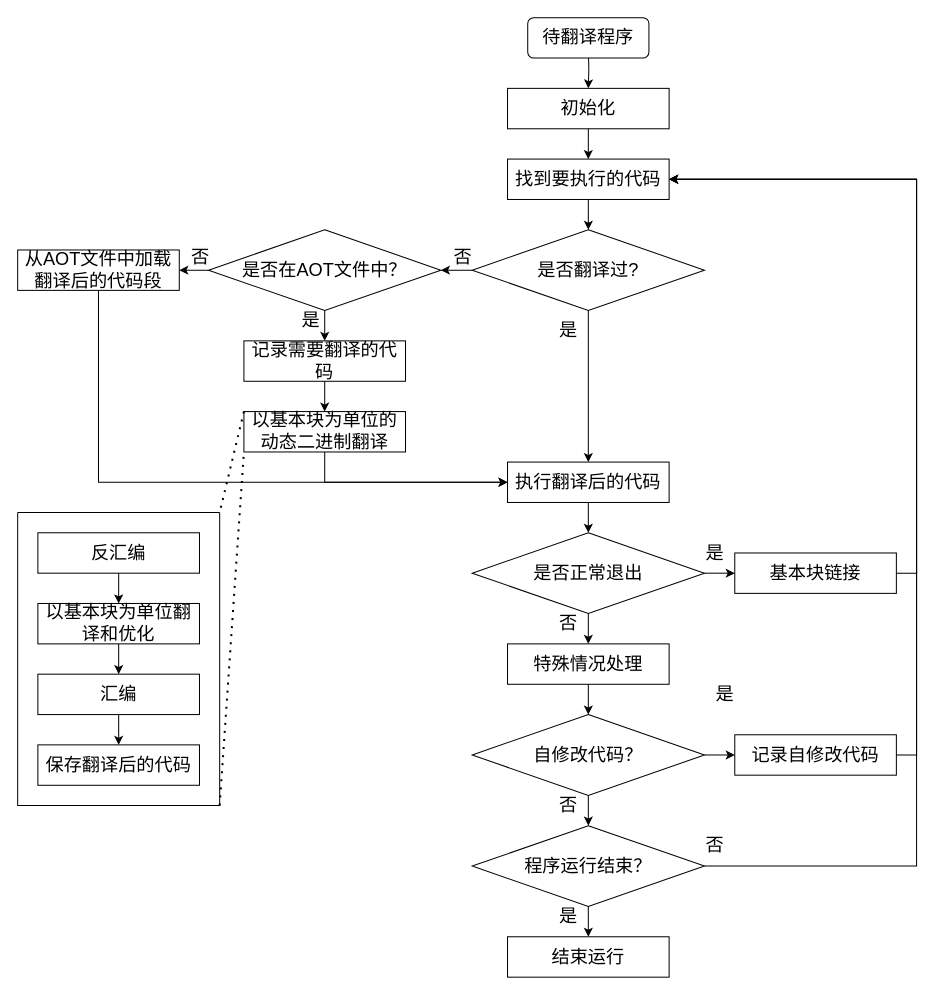
ganjue66da/ganjue66da keeps this draw.io diagram as page "第 31 页" (31 of 38) of lajit.drawio. Above is the earlier version. Source tidied: cells renumbered, new cells numbered last; positions are measured from the earlier drawing's top-left corner, leaving out a move shared by most shapes. Both pictures are drawn from the tidied source at 101%, with x=0, y=0 at pixel (17, 17).
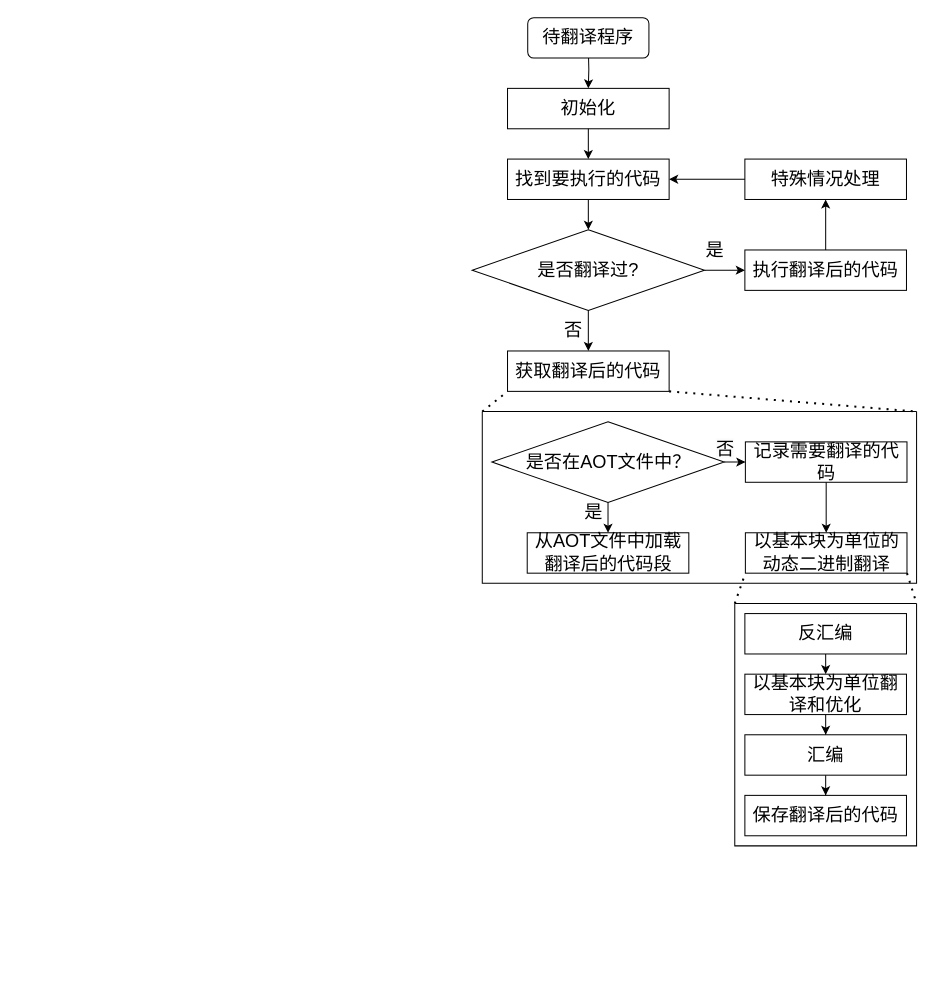
The same page after the edit.

The change refers to these unchanged cells:
```xml
<mxCell id="6" value="找到要执行的代码" style="rounded=0;whiteSpace=wrap;html=1;fontSize=18;fillColor=none;" parent="1" vertex="1">
  <mxGeometry x="485" y="140" width="160" height="40" as="geometry" />
</mxCell>
<mxCell id="9" value="是否翻译过?" style="rhombus;whiteSpace=wrap;html=1;fontSize=18;fillColor=none;" parent="1" vertex="1">
  <mxGeometry x="450" y="210" width="230" height="80" as="geometry" />
</mxCell>
```

The edit, as a diff of the source:
```diff
@@
+    <mxCell id="58" style="edgeStyle=orthogonalEdgeStyle;rounded=0;jettySize=auto;html=1;exitX=0.5;exitY=1;exitDx=0;exitDy=0;entryX=0.5;entryY=0;entryDx=0;entryDy=0;" parent="1" edge="1" source="9" target="64">
+      <mxGeometry relative="1" as="geometry" />
+    </mxCell>
-    <mxCell id="7" style="edgeStyle=orthogonalEdgeStyle;rounded=0;jettySize=auto;html=1;fontSize=18;" parent="1" edge="1" source="9" target="11">
+    <mxCell id="7" style="edgeStyle=orthogonalEdgeStyle;rounded=0;jettySize=auto;html=1;exitX=1;exitY=0.5;exitDx=0;exitDy=0;entryX=0;entryY=0.5;entryDx=0;entryDy=0;" parent="1" edge="1" source="9" target="11">
       <mxGeometry relative="1" as="geometry" />
     </mxCell>
-    <mxCell id="8" style="edgeStyle=orthogonalEdgeStyle;rounded=0;jettySize=auto;html=1;" parent="1" edge="1" source="9" target="23">
-      <mxGeometry relative="1" as="geometry" />
-    </mxCell>
@@
-    <mxCell id="10" style="edgeStyle=orthogonalEdgeStyle;rounded=0;jettySize=auto;html=1;fontSize=18;" parent="1" edge="1" source="11" target="16">
-      <mxGeometry relative="1" as="geometry" />
-    </mxCell>
-    <mxCell id="11" value="执行翻译后的代码" style="rounded=0;whiteSpace=wrap;html=1;fontSize=18;fillColor=none;" parent="1" vertex="1">
-      <mxGeometry x="485" y="440" width="160" height="40" as="geometry" />
-    </mxCell>
-    <mxCell id="12" style="edgeStyle=orthogonalEdgeStyle;rounded=0;jettySize=auto;html=1;exitX=1;exitY=0.5;exitDx=0;exitDy=0;entryX=1;entryY=0.5;entryDx=0;entryDy=0;" parent="1" edge="1" source="13" target="6">
-      <mxGeometry relative="1" as="geometry" />
-    </mxCell>
-    <mxCell id="13" value="基本块链接" style="rounded=0;whiteSpace=wrap;html=1;fontSize=18;fillColor=none;" parent="1" vertex="1">
-      <mxGeometry x="710" y="530" width="160" height="40" as="geometry" />
-    </mxCell>
-    <mxCell id="14" style="edgeStyle=orthogonalEdgeStyle;rounded=0;jettySize=auto;html=1;exitX=0.5;exitY=1;exitDx=0;exitDy=0;entryX=0.5;entryY=0;entryDx=0;entryDy=0;" parent="1" edge="1" source="16" target="25">
-      <mxGeometry relative="1" as="geometry" />
-    </mxCell>
-    <mxCell id="15" style="edgeStyle=orthogonalEdgeStyle;rounded=0;jettySize=auto;html=1;exitX=1;exitY=0.5;exitDx=0;exitDy=0;entryX=0;entryY=0.5;entryDx=0;entryDy=0;" parent="1" edge="1" source="16" target="13">
-      <mxGeometry relative="1" as="geometry" />
-    </mxCell>
-    <mxCell id="16" value="是否正常退出" style="rhombus;whiteSpace=wrap;html=1;fontSize=18;fillColor=none;" parent="1" vertex="1">
-      <mxGeometry x="450" y="510" width="230" height="80" as="geometry" />
-    </mxCell>
-    <mxCell id="17" value="是" style="text;html=1;align=center;verticalAlign=middle;strokeColor=none;fillColor=none;fontSize=18;" parent="1" vertex="1">
-      <mxGeometry x="670" y="510" width="40" height="40" as="geometry" />
-    </mxCell>
-    <mxCell id="18" value="否" style="text;html=1;align=center;verticalAlign=middle;strokeColor=none;fillColor=none;fontSize=18;" parent="1" vertex="1">
-      <mxGeometry x="525" y="580" width="40" height="40" as="geometry" />
-    </mxCell>
     <mxCell id="19" value="是" style="text;html=1;align=center;verticalAlign=middle;strokeColor=none;fillColor=none;fontSize=18;" parent="1" vertex="1">
-      <mxGeometry x="525" y="290" width="40" height="40" as="geometry" />
+      <mxGeometry x="670" y="210" width="40" height="40" as="geometry" />
     </mxCell>
@@
-    <mxCell id="21" style="edgeStyle=orthogonalEdgeStyle;rounded=0;jettySize=auto;html=1;" parent="1" edge="1" source="23" target="53">
-      <mxGeometry relative="1" as="geometry" />
-    </mxCell>
-    <mxCell id="22" style="edgeStyle=orthogonalEdgeStyle;rounded=0;jettySize=auto;html=1;" parent="1" edge="1" source="23" target="55">
-      <mxGeometry relative="1" as="geometry" />
-    </mxCell>
-    <mxCell id="23" value="是否在AOT文件中？" style="rhombus;whiteSpace=wrap;html=1;fontSize=18;fillColor=none;" parent="1" vertex="1">
-      <mxGeometry x="189" y="210" width="230" height="80" as="geometry" />
-    </mxCell>
-    <mxCell id="24" style="edgeStyle=orthogonalEdgeStyle;rounded=0;jettySize=auto;html=1;exitX=0.5;exitY=1;exitDx=0;exitDy=0;entryX=0.5;entryY=0;entryDx=0;entryDy=0;" parent="1" edge="1" source="25" target="28">
-      <mxGeometry relative="1" as="geometry" />
-    </mxCell>
-    <mxCell id="25" value="特殊情况处理" style="rounded=0;whiteSpace=wrap;html=1;fontSize=18;fillColor=none;" parent="1" vertex="1">
-      <mxGeometry x="485" y="620" width="160" height="40" as="geometry" />
-    </mxCell>
-    <mxCell id="26" style="edgeStyle=orthogonalEdgeStyle;rounded=0;jettySize=auto;html=1;exitX=0.5;exitY=1;exitDx=0;exitDy=0;entryX=0.5;entryY=0;entryDx=0;entryDy=0;" parent="1" edge="1" source="28" target="34">
-      <mxGeometry relative="1" as="geometry" />
-    </mxCell>
-    <mxCell id="27" style="edgeStyle=orthogonalEdgeStyle;rounded=0;jettySize=auto;html=1;exitX=1;exitY=0.5;exitDx=0;exitDy=0;entryX=0;entryY=0.5;entryDx=0;entryDy=0;" parent="1" edge="1" source="28" target="39">
-      <mxGeometry relative="1" as="geometry" />
-    </mxCell>
-    <mxCell id="28" value="自修改代码？" style="rhombus;whiteSpace=wrap;html=1;fontSize=18;fillColor=none;" parent="1" vertex="1">
-      <mxGeometry x="450" y="690" width="230" height="80" as="geometry" />
-    </mxCell>
-    <mxCell id="29" value="&lt;font style=&quot;font-size: 18px;&quot;&gt;是&lt;/font&gt;" style="text;html=1;align=center;verticalAlign=middle;strokeColor=none;fillColor=none;" parent="1" vertex="1">
-      <mxGeometry x="270" y="280" width="40" height="40" as="geometry" />
-    </mxCell>
-    <mxCell id="30" value="&lt;span style=&quot;color: rgb(0, 0, 0); font-family: Helvetica; font-size: 18px; font-style: normal; font-variant-ligatures: normal; font-variant-caps: normal; font-weight: 400; letter-spacing: normal; orphans: 2; text-align: center; text-indent: 0px; text-transform: none; widows: 2; word-spacing: 0px; -webkit-text-stroke-width: 0px; background-color: rgb(251, 251, 251); text-decoration-thickness: initial; text-decoration-style: initial; text-decoration-color: initial; float: none; display: inline !important;&quot;&gt;否&lt;/span&gt;" style="text;whiteSpace=wrap;html=1;" parent="1" vertex="1">
-      <mxGeometry x="430" y="220" width="50" height="50" as="geometry" />
-    </mxCell>
-    <mxCell id="31" value="&lt;span style=&quot;color: rgb(0, 0, 0); font-family: Helvetica; font-size: 18px; font-style: normal; font-variant-ligatures: normal; font-variant-caps: normal; font-weight: 400; letter-spacing: normal; orphans: 2; text-align: center; text-indent: 0px; text-transform: none; widows: 2; word-spacing: 0px; -webkit-text-stroke-width: 0px; background-color: rgb(251, 251, 251); text-decoration-thickness: initial; text-decoration-style: initial; text-decoration-color: initial; float: none; display: inline !important;&quot;&gt;否&lt;/span&gt;" style="text;whiteSpace=wrap;html=1;" parent="1" vertex="1">
-      <mxGeometry x="170" y="220" width="29" height="50" as="geometry" />
-    </mxCell>
-    <mxCell id="32" style="edgeStyle=orthogonalEdgeStyle;rounded=0;jettySize=auto;html=1;exitX=1;exitY=0.5;exitDx=0;exitDy=0;entryX=1;entryY=0.5;entryDx=0;entryDy=0;" parent="1" edge="1" source="34" target="6">
-      <mxGeometry relative="1" as="geometry">
-        <Array as="points">
-          <mxPoint x="890" y="840" />
-          <mxPoint x="890" y="160" />
-        </Array>
-      </mxGeometry>
-    </mxCell>
-    <mxCell id="33" style="edgeStyle=orthogonalEdgeStyle;rounded=0;jettySize=auto;html=1;exitX=0.5;exitY=1;exitDx=0;exitDy=0;entryX=0.5;entryY=0;entryDx=0;entryDy=0;" parent="1" edge="1" source="34" target="35">
-      <mxGeometry relative="1" as="geometry" />
-    </mxCell>
-    <mxCell id="34" value="程序运行结束？" style="rhombus;whiteSpace=wrap;html=1;fontSize=18;fillColor=none;" parent="1" vertex="1">
-      <mxGeometry x="450" y="800" width="230" height="80" as="geometry" />
-    </mxCell>
-    <mxCell id="35" value="结束运行" style="rounded=0;whiteSpace=wrap;html=1;fontSize=18;fillColor=none;" parent="1" vertex="1">
-      <mxGeometry x="485" y="910" width="160" height="40" as="geometry" />
-    </mxCell>
-    <mxCell id="36" value="是" style="text;html=1;align=center;verticalAlign=middle;strokeColor=none;fillColor=none;fontSize=18;" parent="1" vertex="1">
-      <mxGeometry x="525" y="870" width="40" height="40" as="geometry" />
-    </mxCell>
-    <mxCell id="37" value="否" style="text;html=1;align=center;verticalAlign=middle;strokeColor=none;fillColor=none;fontSize=18;" parent="1" vertex="1">
-      <mxGeometry x="670" y="800" width="40" height="40" as="geometry" />
-    </mxCell>
-    <mxCell id="38" style="edgeStyle=orthogonalEdgeStyle;rounded=0;jettySize=auto;html=1;exitX=1;exitY=0.5;exitDx=0;exitDy=0;entryX=1;entryY=0.5;entryDx=0;entryDy=0;" parent="1" edge="1" source="39" target="6">
-      <mxGeometry relative="1" as="geometry" />
-    </mxCell>
-    <mxCell id="39" value="记录自修改代码" style="rounded=0;whiteSpace=wrap;html=1;fontSize=18;fillColor=none;" parent="1" vertex="1">
-      <mxGeometry x="710" y="710" width="160" height="40" as="geometry" />
-    </mxCell>
-    <mxCell id="40" style="edgeStyle=orthogonalEdgeStyle;rounded=0;jettySize=auto;html=1;exitX=0.5;exitY=1;exitDx=0;exitDy=0;entryX=0;entryY=0.5;entryDx=0;entryDy=0;" parent="1" edge="1" source="41" target="11">
-      <mxGeometry relative="1" as="geometry" />
-    </mxCell>
-    <mxCell id="41" value="以基本块为单位的动态二进制翻译" style="rounded=0;whiteSpace=wrap;html=1;fontSize=18;fillColor=none;" parent="1" vertex="1">
-      <mxGeometry x="224" y="390" width="160" height="40" as="geometry" />
-    </mxCell>
     <mxCell id="42" style="swimlane;startSize=0;" parent="1" vertex="1">
-      <mxGeometry y="490" width="200" height="290" as="geometry" />
+      <mxGeometry x="710" y="580" width="180" height="240" as="geometry" />
     </mxCell>
     <mxCell id="43" value="反汇编" style="rounded=0;whiteSpace=wrap;html=1;fontSize=18;fillColor=none;" parent="42" vertex="1">
-      <mxGeometry x="20" y="20" width="160" height="40" as="geometry" />
+      <mxGeometry x="10" y="10" width="160" height="40" as="geometry" />
     </mxCell>
     <mxCell id="44" value="以基本块为单位翻译和优化" style="rounded=0;whiteSpace=wrap;html=1;fontSize=18;fillColor=none;" parent="42" vertex="1">
-      <mxGeometry x="20" y="90" width="160" height="40" as="geometry" />
+      <mxGeometry x="10" y="70" width="160" height="40" as="geometry" />
     </mxCell>
@@
     <mxCell id="46" value="汇编" style="rounded=0;whiteSpace=wrap;html=1;fontSize=18;fillColor=none;" parent="42" vertex="1">
-      <mxGeometry x="20" y="160" width="160" height="40" as="geometry" />
+      <mxGeometry x="10" y="130" width="160" height="40" as="geometry" />
     </mxCell>
@@
     <mxCell id="48" value="保存翻译后的代码" style="rounded=0;whiteSpace=wrap;html=1;fontSize=18;fillColor=none;" parent="42" vertex="1">
-      <mxGeometry x="20" y="230" width="160" height="40" as="geometry" />
+      <mxGeometry x="10" y="190" width="160" height="40" as="geometry" />
     </mxCell>
@@
-    <mxCell id="50" style="endArrow=none;dashed=1;html=1;dashPattern=1 3;strokeWidth=2;rounded=0;exitX=0;exitY=0;exitDx=0;exitDy=0;entryX=1;entryY=0;entryDx=0;entryDy=0;" parent="1" edge="1" source="41" target="42">
-      <mxGeometry relative="1" as="geometry" />
-    </mxCell>
-    <mxCell id="51" style="endArrow=none;dashed=1;html=1;dashPattern=1 3;strokeWidth=2;rounded=0;exitX=1;exitY=1;exitDx=0;exitDy=0;entryX=0;entryY=1;entryDx=0;entryDy=0;" parent="1" edge="1" source="42" target="41">
-      <mxGeometry relative="1" as="geometry" />
-    </mxCell>
-    <mxCell id="52" style="edgeStyle=orthogonalEdgeStyle;rounded=0;jettySize=auto;html=1;exitX=0.5;exitY=1;exitDx=0;exitDy=0;entryX=0;entryY=0.5;entryDx=0;entryDy=0;" parent="1" edge="1" source="53" target="11">
-      <mxGeometry relative="1" as="geometry" />
-    </mxCell>
+    <mxCell id="59" style="swimlane;startSize=0;" parent="1" vertex="1">
+      <mxGeometry x="460" y="390" width="430" height="170" as="geometry" />
+    </mxCell>
+    <mxCell id="23" value="是否在AOT文件中？" style="rhombus;whiteSpace=wrap;html=1;fontSize=18;fillColor=none;" parent="59" vertex="1">
+      <mxGeometry x="9.5" y="10" width="230" height="80" as="geometry" />
+    </mxCell>
+    <mxCell id="41" value="以基本块为单位的动态二进制翻译" style="rounded=0;whiteSpace=wrap;html=1;fontSize=18;fillColor=none;" parent="59" vertex="1">
+      <mxGeometry x="260.5" y="120" width="160" height="40" as="geometry" />
+    </mxCell>
-    <mxCell id="53" value="从AOT文件中加载翻译后的代码段" style="rounded=0;whiteSpace=wrap;html=1;fontSize=18;fillColor=none;" parent="1" vertex="1">
-      <mxGeometry y="230" width="160" height="40" as="geometry" />
+    <mxCell id="53" value="从AOT文件中加载翻译后的代码段" style="rounded=0;whiteSpace=wrap;html=1;fontSize=18;fillColor=none;" parent="59" vertex="1">
+      <mxGeometry x="44.5" y="120" width="160" height="40" as="geometry" />
     </mxCell>
+    <mxCell id="21" style="edgeStyle=orthogonalEdgeStyle;rounded=0;jettySize=auto;html=1;exitX=0.5;exitY=1;exitDx=0;exitDy=0;entryX=0.5;entryY=0;entryDx=0;entryDy=0;" parent="59" edge="1" source="23" target="53">
+      <mxGeometry relative="1" as="geometry" />
+    </mxCell>
-    <mxCell id="54" style="edgeStyle=orthogonalEdgeStyle;rounded=0;jettySize=auto;html=1;" parent="1" edge="1" source="55" target="41">
+    <mxCell id="54" style="edgeStyle=orthogonalEdgeStyle;rounded=0;jettySize=auto;html=1;" parent="59" edge="1" source="55" target="41">
       <mxGeometry relative="1" as="geometry" />
     </mxCell>
-    <mxCell id="55" value="记录需要翻译的代码" style="rounded=0;whiteSpace=wrap;html=1;fontSize=18;fillColor=none;" parent="1" vertex="1">
-      <mxGeometry x="224" y="320" width="160" height="40" as="geometry" />
+    <mxCell id="55" value="记录需要翻译的代码" style="rounded=0;whiteSpace=wrap;html=1;fontSize=18;fillColor=none;" parent="59" vertex="1">
+      <mxGeometry x="260.5" y="30" width="160" height="40" as="geometry" />
     </mxCell>
-    <mxCell id="56" value="否" style="text;html=1;align=center;verticalAlign=middle;strokeColor=none;fillColor=none;fontSize=18;" parent="1" vertex="1">
-      <mxGeometry x="525" y="760" width="40" height="40" as="geometry" />
-    </mxCell>
-    <mxCell id="57" value="是" style="text;html=1;align=center;verticalAlign=middle;strokeColor=none;fillColor=none;fontSize=18;" parent="1" vertex="1">
-      <mxGeometry x="680" y="650" width="40" height="40" as="geometry" />
-    </mxCell>
+    <mxCell id="22" style="edgeStyle=orthogonalEdgeStyle;rounded=0;jettySize=auto;html=1;" parent="59" edge="1" source="23" target="55">
+      <mxGeometry relative="1" as="geometry" />
+    </mxCell>
+    <mxCell id="60" value="是" style="text;html=1;align=center;verticalAlign=middle;strokeColor=none;fillColor=none;fontSize=18;" parent="59" vertex="1">
+      <mxGeometry x="89.5" y="80" width="40" height="40" as="geometry" />
+    </mxCell>
+    <mxCell id="61" value="&lt;span style=&quot;color: rgb(0, 0, 0); font-family: Helvetica; font-size: 18px; font-style: normal; font-variant-ligatures: normal; font-variant-caps: normal; font-weight: 400; letter-spacing: normal; orphans: 2; text-align: center; text-indent: 0px; text-transform: none; widows: 2; word-spacing: 0px; -webkit-text-stroke-width: 0px; background-color: rgb(251, 251, 251); text-decoration-thickness: initial; text-decoration-style: initial; text-decoration-color: initial; float: none; display: inline !important;&quot;&gt;否&lt;/span&gt;" style="text;whiteSpace=wrap;html=1;" parent="59" vertex="1">
+      <mxGeometry x="229.5" y="20" width="50" height="50" as="geometry" />
+    </mxCell>
+    <mxCell id="62" value="否" style="text;html=1;align=center;verticalAlign=middle;strokeColor=none;fillColor=none;fontSize=18;" parent="1" vertex="1">
+      <mxGeometry x="530" y="290" width="40" height="40" as="geometry" />
+    </mxCell>
+    <mxCell id="63" style="edgeStyle=orthogonalEdgeStyle;rounded=0;jettySize=auto;html=1;exitX=0;exitY=0.5;exitDx=0;exitDy=0;entryX=1;entryY=0.5;entryDx=0;entryDy=0;" parent="1" edge="1" source="25" target="6">
+      <mxGeometry relative="1" as="geometry" />
+    </mxCell>
+    <mxCell id="25" value="特殊情况处理" style="rounded=0;whiteSpace=wrap;html=1;fontSize=18;fillColor=none;" parent="1" vertex="1">
+      <mxGeometry x="720" y="140" width="160" height="40" as="geometry" />
+    </mxCell>
+    <mxCell id="64" value="获取翻译后的代码" style="rounded=0;whiteSpace=wrap;html=1;fontSize=18;fillColor=none;" parent="1" vertex="1">
+      <mxGeometry x="485" y="330" width="160" height="40" as="geometry" />
+    </mxCell>
+    <mxCell id="65" style="edgeStyle=orthogonalEdgeStyle;rounded=0;jettySize=auto;html=1;exitX=0.5;exitY=0;exitDx=0;exitDy=0;entryX=0.5;entryY=1;entryDx=0;entryDy=0;" parent="1" edge="1" source="11" target="25">
+      <mxGeometry relative="1" as="geometry" />
+    </mxCell>
+    <mxCell id="11" value="执行翻译后的代码" style="rounded=0;whiteSpace=wrap;html=1;fontSize=18;fillColor=none;" parent="1" vertex="1">
+      <mxGeometry x="720" y="230" width="160" height="40" as="geometry" />
+    </mxCell>
+    <mxCell id="66" style="endArrow=none;dashed=1;html=1;dashPattern=1 3;strokeWidth=2;rounded=0;exitX=0;exitY=0;exitDx=0;exitDy=0;entryX=0;entryY=1;entryDx=0;entryDy=0;" parent="1" edge="1" source="59" target="64">
+      <mxGeometry relative="1" as="geometry" />
+    </mxCell>
+    <mxCell id="67" style="endArrow=none;dashed=1;html=1;dashPattern=1 3;strokeWidth=2;rounded=0;exitX=1;exitY=1;exitDx=0;exitDy=0;entryX=1;entryY=0;entryDx=0;entryDy=0;" parent="1" edge="1" source="64" target="59">
+      <mxGeometry relative="1" as="geometry" />
+    </mxCell>
+    <mxCell id="51" style="endArrow=none;dashed=1;html=1;dashPattern=1 3;strokeWidth=2;rounded=0;exitX=0;exitY=0;exitDx=0;exitDy=0;entryX=0;entryY=1;entryDx=0;entryDy=0;" parent="1" edge="1" source="42" target="41">
+      <mxGeometry relative="1" as="geometry" />
+    </mxCell>
+    <mxCell id="50" style="endArrow=none;dashed=1;html=1;dashPattern=1 3;strokeWidth=2;rounded=0;exitX=1;exitY=1;exitDx=0;exitDy=0;entryX=1;entryY=0;entryDx=0;entryDy=0;" parent="1" edge="1" source="41" target="42">
+      <mxGeometry relative="1" as="geometry" />
+    </mxCell>
```
